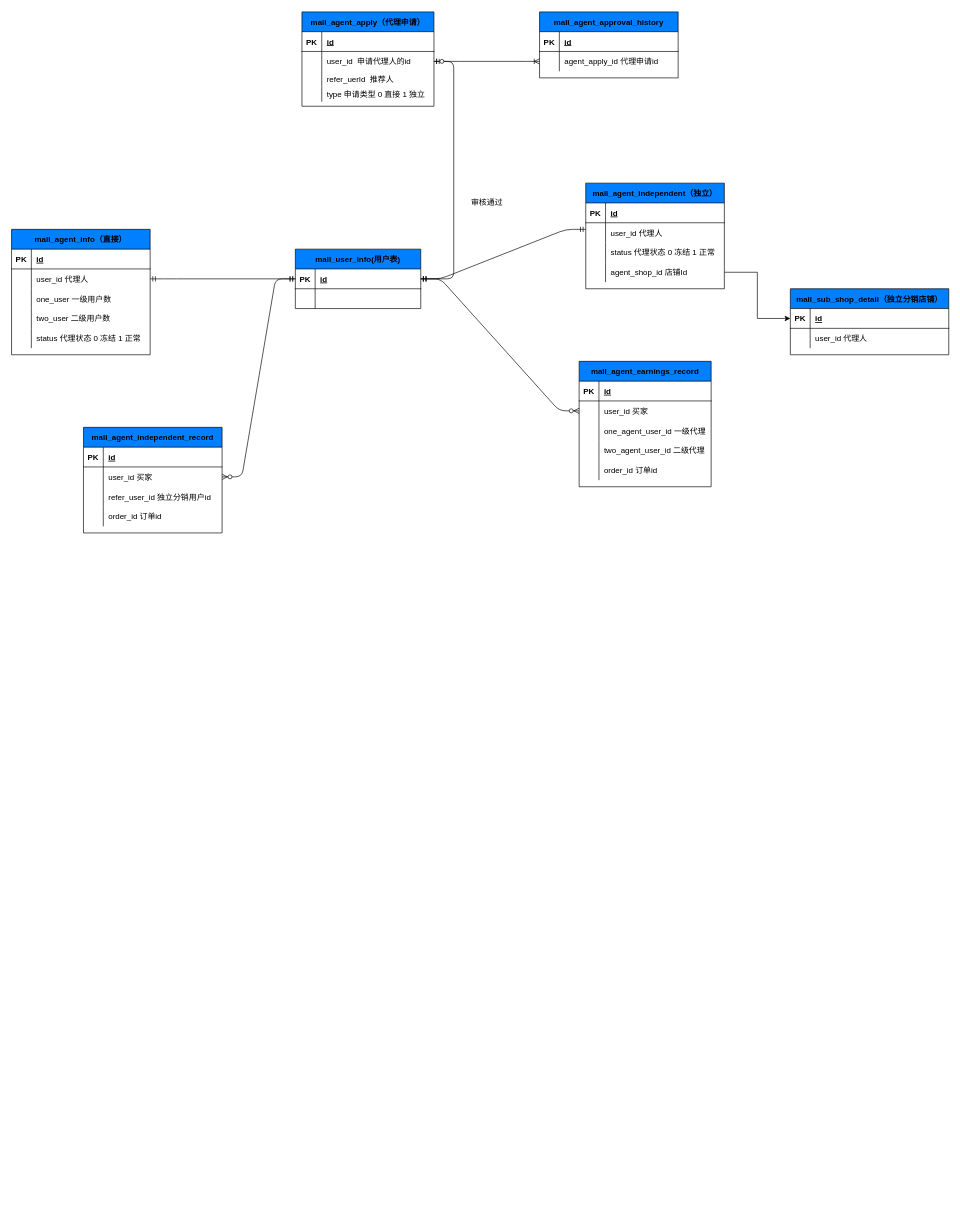
The draw.io diagram 商城数据库关联关系.drawio in wangkan0426/hello-world, before the edit. Source tidied: cells renumbered, new cells numbered last; positions are measured from the earlier drawing's top-left corner, leaving out a move shared by most shapes. Both pictures are drawn from the tidied source at 66%, with x=0, y=0 at pixel (11, 11).
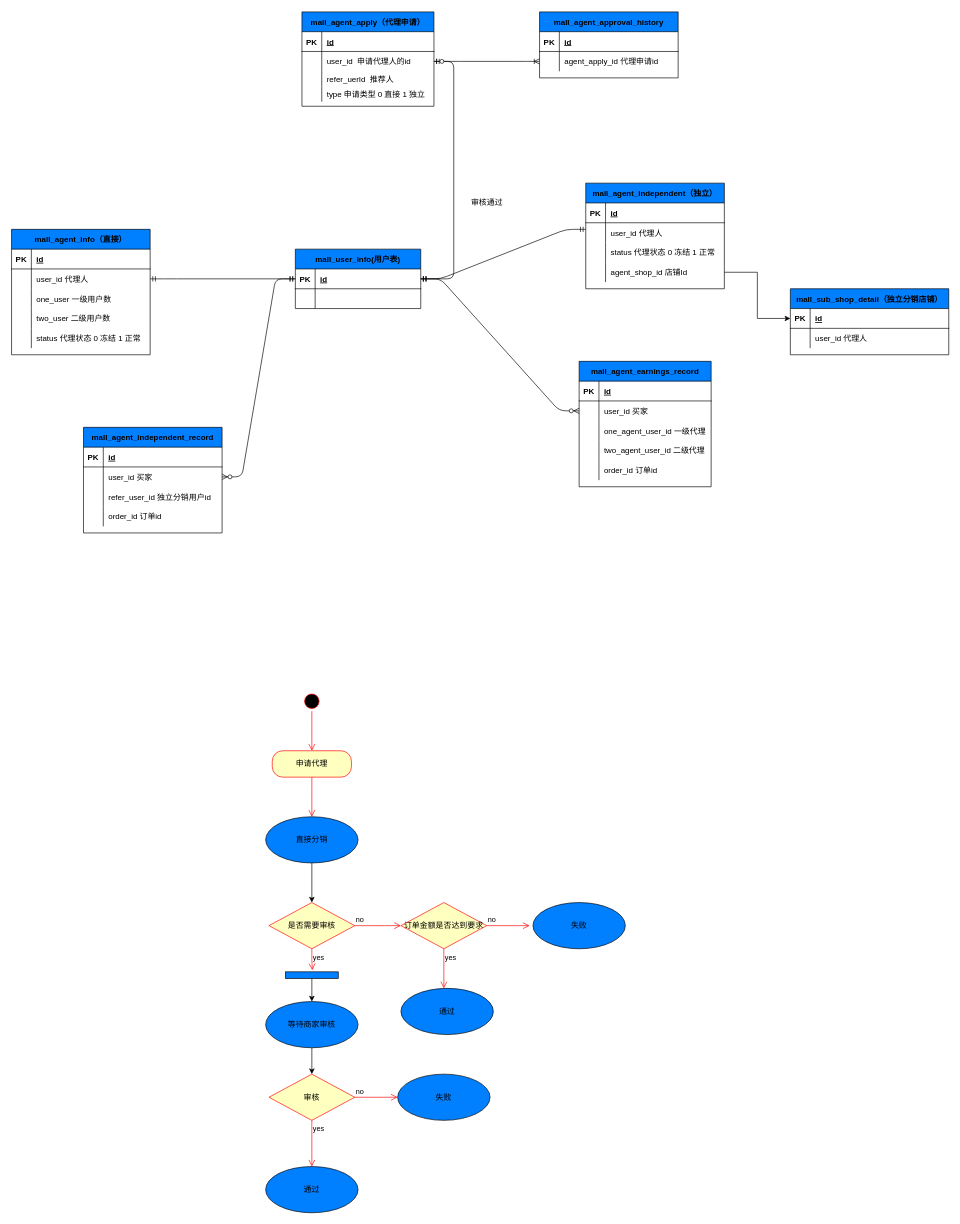
Above is the later version.

Commit message:
Update 商城数据库关联关系.drawio

Change to the diagram source:
```diff
@@
+    <mxCell id="102" style="ellipse;html=1;shape=startState;fillColor=#000000;strokeColor=#ff0000;" parent="1" vertex="1">
+      <mxGeometry x="440" y="1030" width="30" height="30" as="geometry" />
+    </mxCell>
+    <mxCell id="103" style="edgeStyle=orthogonalEdgeStyle;html=1;verticalAlign=bottom;endArrow=open;endSize=8;strokeColor=#ff0000;" parent="1" edge="1" source="102">
+      <mxGeometry relative="1" as="geometry">
+        <mxPoint x="455" y="1120" as="targetPoint" />
+      </mxGeometry>
+    </mxCell>
+    <mxCell id="104" value="申请代理" style="rounded=1;whiteSpace=wrap;html=1;arcSize=40;fontColor=#000000;fillColor=#ffffc0;strokeColor=#ff0000;" parent="1" vertex="1">
+      <mxGeometry x="395" y="1120" width="120" height="40" as="geometry" />
+    </mxCell>
+    <mxCell id="105" style="edgeStyle=orthogonalEdgeStyle;html=1;verticalAlign=bottom;endArrow=open;endSize=8;strokeColor=#ff0000;" parent="1" edge="1" source="104">
+      <mxGeometry relative="1" as="geometry">
+        <mxPoint x="455" y="1220" as="targetPoint" />
+      </mxGeometry>
+    </mxCell>
+    <mxCell id="106" style="edgeStyle=orthogonalEdgeStyle;rounded=0;jettySize=auto;html=1;" parent="1" edge="1" source="107" target="108">
+      <mxGeometry relative="1" as="geometry" />
+    </mxCell>
+    <mxCell id="107" value="直接分销" style="ellipse;whiteSpace=wrap;html=1;fillColor=#007FFF;" parent="1" vertex="1">
+      <mxGeometry x="385" y="1220" width="140" height="70" as="geometry" />
+    </mxCell>
+    <mxCell id="108" value="是否需要审核" style="rhombus;whiteSpace=wrap;html=1;fillColor=#ffffc0;strokeColor=#ff0000;" parent="1" vertex="1">
+      <mxGeometry x="390" y="1350" width="130" height="70" as="geometry" />
+    </mxCell>
+    <mxCell id="109" value="no" style="edgeStyle=orthogonalEdgeStyle;html=1;align=left;verticalAlign=bottom;endArrow=open;endSize=8;strokeColor=#ff0000;" parent="1" edge="1" source="108">
+      <mxGeometry x="-1" relative="1" as="geometry">
+        <mxPoint x="590" y="1385" as="targetPoint" />
+      </mxGeometry>
+    </mxCell>
+    <mxCell id="110" value="yes" style="edgeStyle=orthogonalEdgeStyle;html=1;align=left;verticalAlign=top;endArrow=open;endSize=8;strokeColor=#ff0000;entryX=1.25;entryY=0.51;entryDx=0;entryDy=0;entryPerimeter=0;" parent="1" edge="1" source="108" target="123">
+      <mxGeometry x="-1" relative="1" as="geometry" />
+    </mxCell>
+    <mxCell id="111" value="订单金额是否达到要求" style="rhombus;whiteSpace=wrap;html=1;fillColor=#ffffc0;strokeColor=#ff0000;" parent="1" vertex="1">
+      <mxGeometry x="590" y="1350" width="130" height="70" as="geometry" />
+    </mxCell>
+    <mxCell id="112" value="no" style="edgeStyle=orthogonalEdgeStyle;html=1;align=left;verticalAlign=bottom;endArrow=open;endSize=8;strokeColor=#ff0000;" parent="1" edge="1" source="111">
+      <mxGeometry x="-1" relative="1" as="geometry">
+        <mxPoint x="785" y="1385" as="targetPoint" />
+      </mxGeometry>
+    </mxCell>
+    <mxCell id="113" value="yes" style="edgeStyle=orthogonalEdgeStyle;html=1;align=left;verticalAlign=top;endArrow=open;endSize=8;strokeColor=#ff0000;" parent="1" edge="1" source="111">
+      <mxGeometry x="-1" relative="1" as="geometry">
+        <mxPoint x="655" y="1480" as="targetPoint" />
+      </mxGeometry>
+    </mxCell>
+    <mxCell id="114" value="通过" style="ellipse;whiteSpace=wrap;html=1;fillColor=#007FFF;" parent="1" vertex="1">
+      <mxGeometry x="590" y="1480" width="140" height="70" as="geometry" />
+    </mxCell>
+    <mxCell id="115" style="edgeStyle=orthogonalEdgeStyle;rounded=0;jettySize=auto;html=1;" parent="1" edge="1" source="116" target="117">
+      <mxGeometry relative="1" as="geometry" />
+    </mxCell>
+    <mxCell id="116" value="等待商家审核" style="ellipse;whiteSpace=wrap;html=1;fillColor=#007FFF;" parent="1" vertex="1">
+      <mxGeometry x="385" y="1500" width="140" height="70" as="geometry" />
+    </mxCell>
+    <mxCell id="117" value="审核" style="rhombus;whiteSpace=wrap;html=1;fillColor=#ffffc0;strokeColor=#ff0000;" parent="1" vertex="1">
+      <mxGeometry x="390" y="1610" width="130" height="70" as="geometry" />
+    </mxCell>
+    <mxCell id="118" value="no" style="edgeStyle=orthogonalEdgeStyle;html=1;align=left;verticalAlign=bottom;endArrow=open;endSize=8;strokeColor=#ff0000;" parent="1" edge="1" source="117">
+      <mxGeometry x="-1" relative="1" as="geometry">
+        <mxPoint x="585" y="1645" as="targetPoint" />
+      </mxGeometry>
+    </mxCell>
+    <mxCell id="119" value="yes" style="edgeStyle=orthogonalEdgeStyle;html=1;align=left;verticalAlign=top;endArrow=open;endSize=8;strokeColor=#ff0000;" parent="1" edge="1" source="117">
+      <mxGeometry x="-1" relative="1" as="geometry">
+        <mxPoint x="455" y="1750" as="targetPoint" />
+        <Array as="points">
+          <mxPoint x="455" y="1740" />
+        </Array>
+      </mxGeometry>
+    </mxCell>
+    <mxCell id="120" value="通过" style="ellipse;whiteSpace=wrap;html=1;fillColor=#007FFF;" parent="1" vertex="1">
+      <mxGeometry x="385" y="1750" width="140" height="70" as="geometry" />
+    </mxCell>
+    <mxCell id="121" value="失败" style="ellipse;whiteSpace=wrap;html=1;fillColor=#007FFF;" parent="1" vertex="1">
+      <mxGeometry x="585" y="1610" width="140" height="70" as="geometry" />
+    </mxCell>
+    <mxCell id="122" style="edgeStyle=orthogonalEdgeStyle;rounded=0;jettySize=auto;html=1;" parent="1" edge="1" source="123">
+      <mxGeometry relative="1" as="geometry">
+        <mxPoint x="455" y="1500" as="targetPoint" />
+      </mxGeometry>
+    </mxCell>
+    <mxCell id="123" style="html=1;points=[];perimeter=orthogonalPerimeter;fillColor=#007FFF;rotation=-90;" parent="1" vertex="1">
+      <mxGeometry x="450" y="1420" width="10" height="80" as="geometry" />
+    </mxCell>
+    <mxCell id="124" value="失败" style="ellipse;whiteSpace=wrap;html=1;fillColor=#007FFF;" parent="1" vertex="1">
+      <mxGeometry x="790" y="1350" width="140" height="70" as="geometry" />
+    </mxCell>
```
